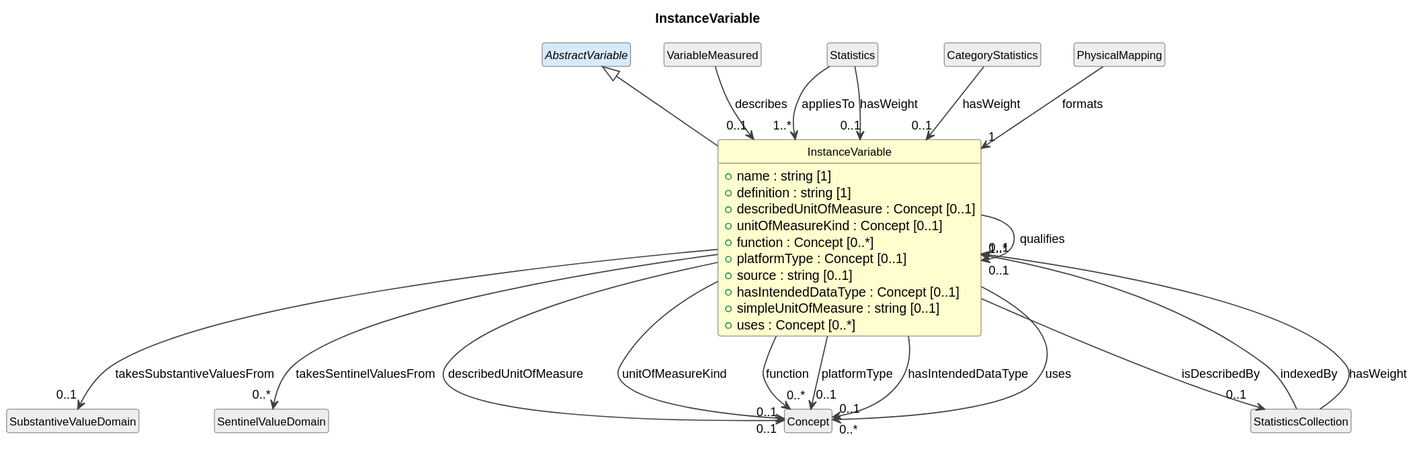
The PlantUML diagram cdif-uml-model/CDIFDataStructure/Classes/InstanceVariable.svg in Cross-Domain-Interoperability-Framework/metadataBuildingBlocks, before a commit.
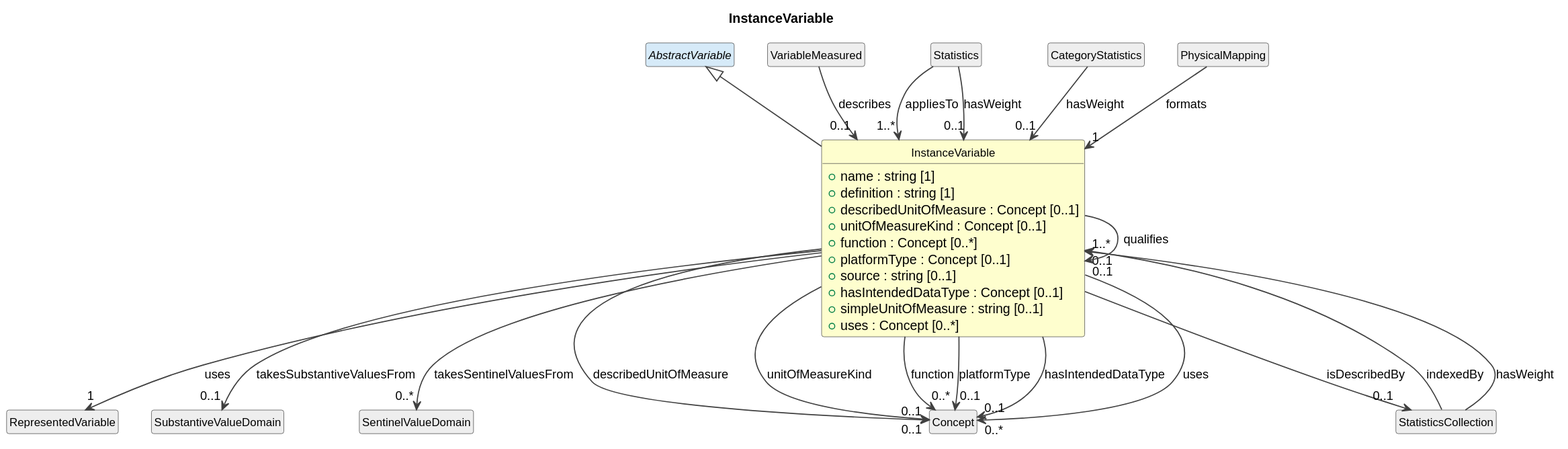
The same file after the commit.

Diff of the diagram source:
```diff
@@ -24,6 +24,8 @@
 }
 abstract class "AbstractVariable" as AbstractVariable #D6EAF8
 AbstractVariable <|-- InstanceVariable
+class "RepresentedVariable" as RepresentedVariable #EEEEEE
+InstanceVariable --> "1" RepresentedVariable : uses
 class "StatisticsCollection" as StatisticsCollection #EEEEEE
 InstanceVariable --> "0..1" StatisticsCollection : isDescribedBy
 InstanceVariable --> "0..1" InstanceVariable : qualifies
```
